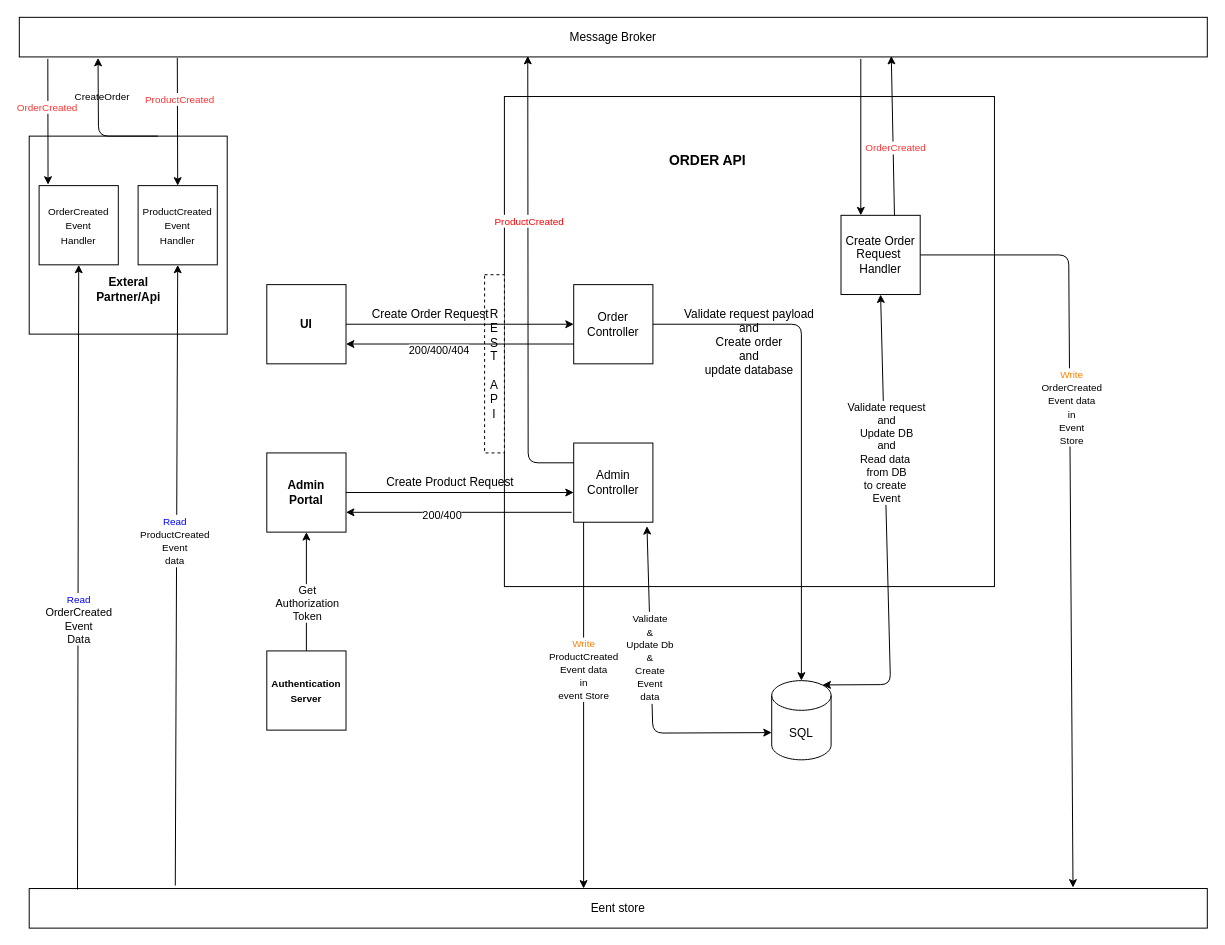
Earlier version of the draw.io diagram Design task/Design diagram.drawio (arif1613/Event_Driven_Architecture). Source tidied: cells renumbered, new cells numbered last; positions are measured from the earlier drawing's top-left corner, leaving out a move shared by most shapes. Both pictures are drawn from the tidied source at 99%, with x=0, y=0 at pixel (19, 17).
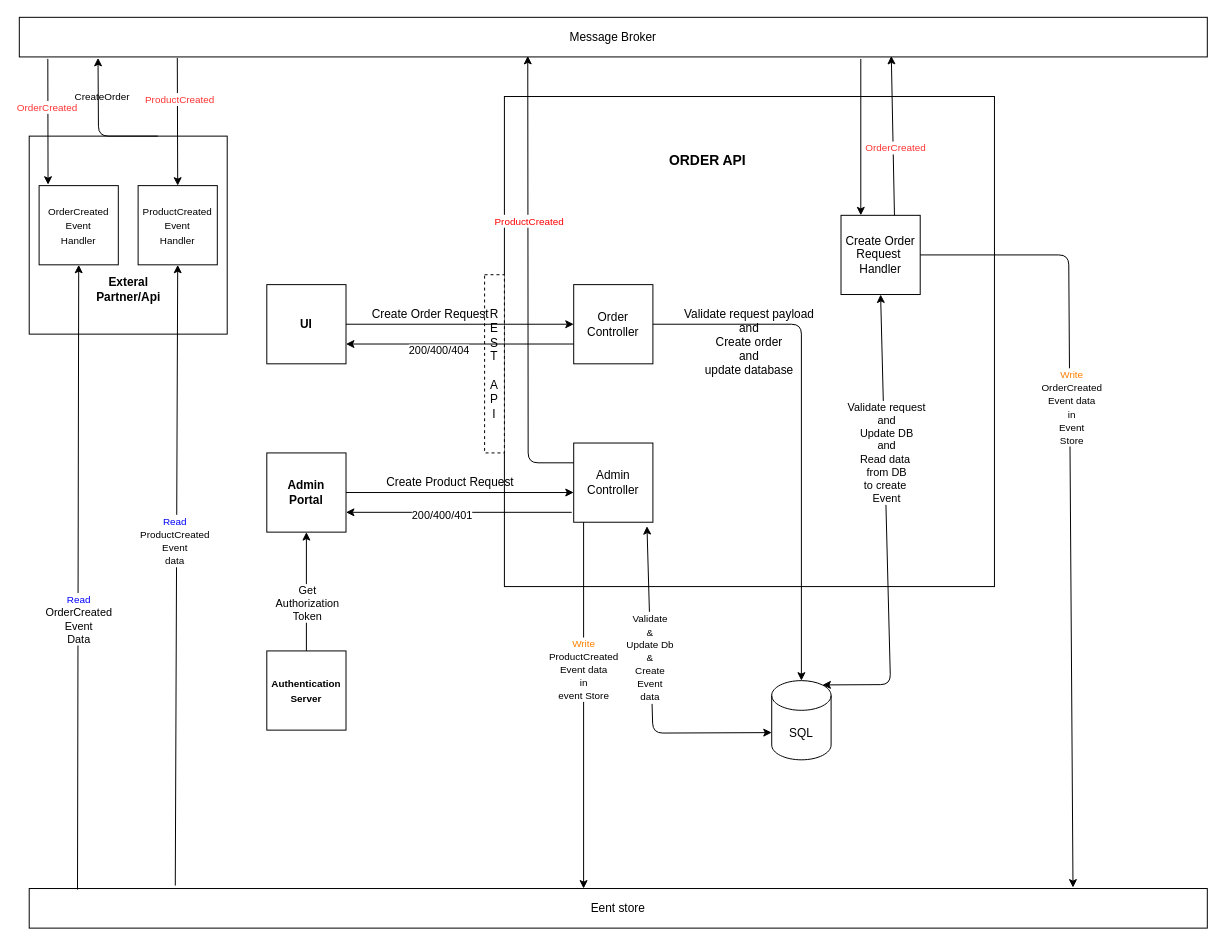
After the change.

The change refers to these unchanged cells:
```xml
<mxCell id="48" style="endArrow=classic;html=1;exitX=-0.025;exitY=0.875;exitDx=0;exitDy=0;exitPerimeter=0;entryX=1;entryY=0.75;entryDx=0;entryDy=0;" parent="1" edge="1" source="10" target="6">
  <mxGeometry relative="1" as="geometry" />
</mxCell>
```

Diff of the diagram source:
```diff
@@
-    <mxCell id="49" value="200/400" style="edgeLabel;html=1;align=center;verticalAlign=middle;" parent="48" vertex="1">
+    <mxCell id="49" value="200/400/401" style="edgeLabel;html=1;align=center;verticalAlign=middle;" parent="48" vertex="1">
       <mxGeometry x="0.16" y="2" relative="1" as="geometry" />
     </mxCell>
```
